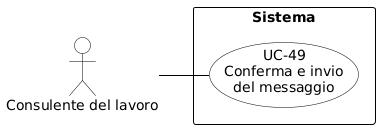
Before: RTB/Analisi dei Requisiti/diagrammi_use_case/UC-49.png, a diagram exported from PlantUML (aLittleByte-19/Documentazione).
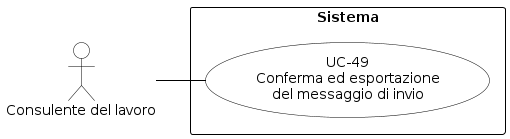
Above is the later version.

Change to the diagram source:
```diff
@@ -22,7 +22,7 @@
 actor "Consulente del lavoro" as CL
 
 rectangle "Sistema" {
-    usecase "UC-49\nConferma e invio\ndel messaggio" as UC49
+    usecase "UC-49\nConferma ed esportazione\ndel messaggio di invio" as UC49
 }
 
 CL -- UC49
```
